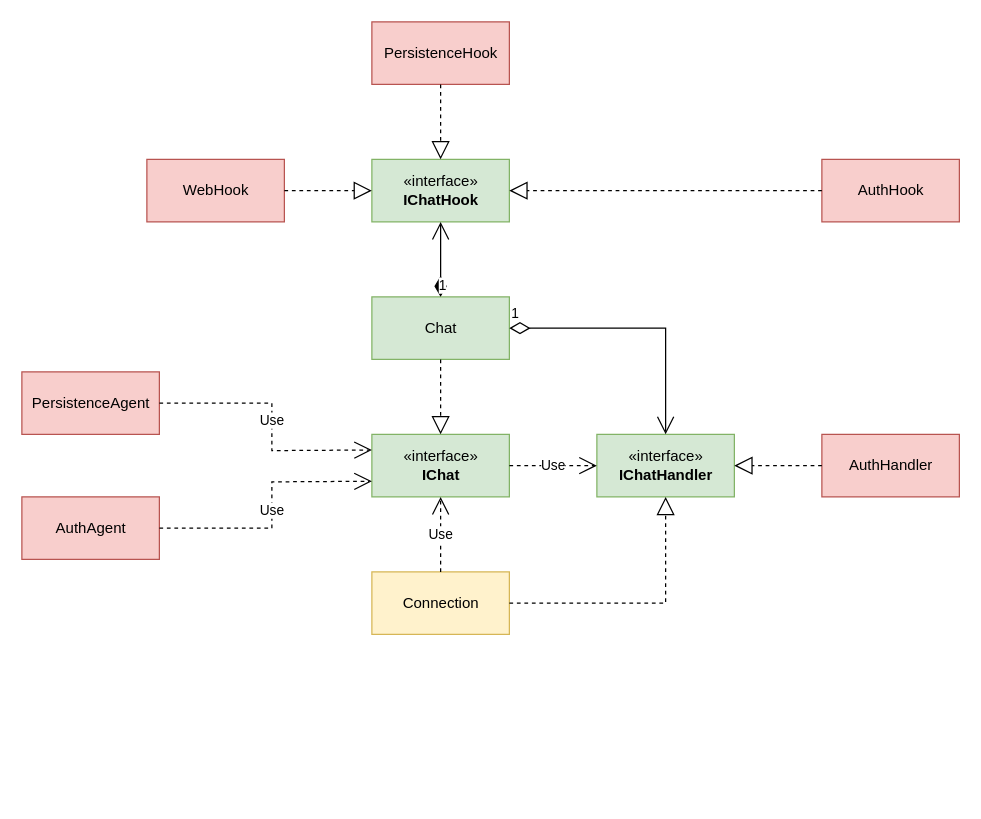
Above: doc/class-diagram.drawio in DvEyZ/lanchat2-server (draw.io), before the change. Source tidied: cells renumbered, new cells numbered last; positions are measured from the earlier drawing's top-left corner, leaving out a move shared by most shapes. Both pictures are drawn from the tidied source at 125%, with x=0, y=0 at pixel (21, 21).
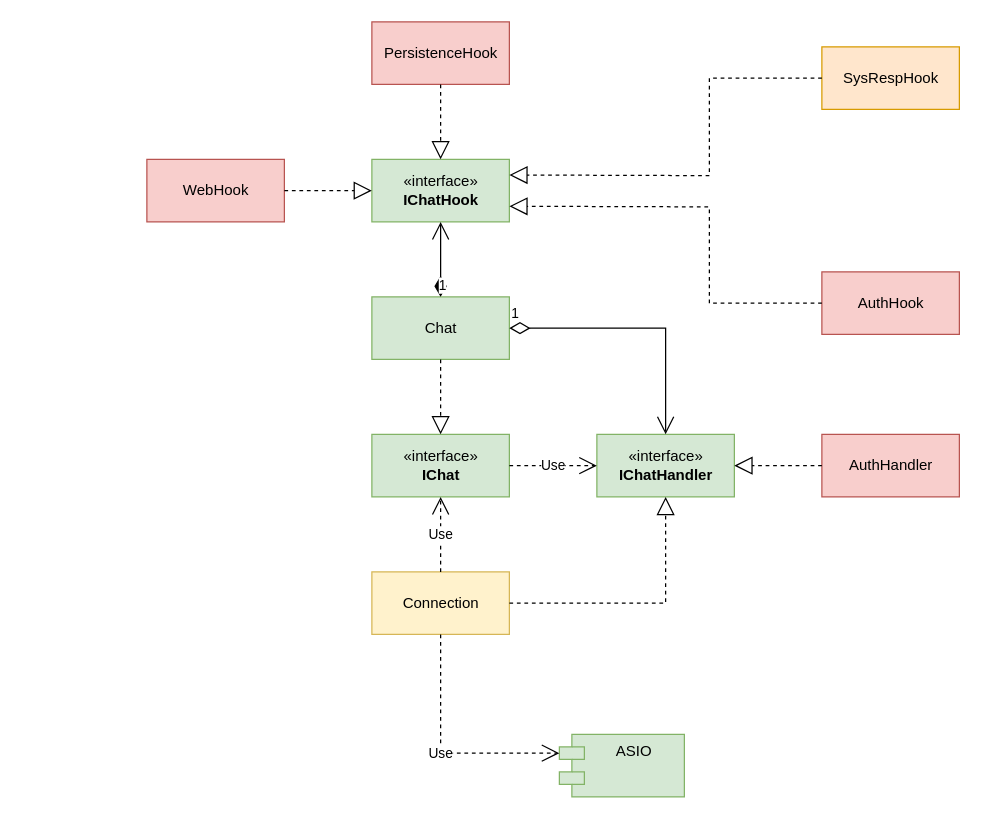
The same page after the edit.

Unchanged cells that the change refers to:
```xml
<mxCell id="2" value="«interface»&lt;br&gt;&lt;b&gt;IChat&lt;/b&gt;" style="html=1;fillColor=#d5e8d4;strokeColor=#82b366;" parent="1" vertex="1">
  <mxGeometry x="280" y="330" width="110" height="50" as="geometry" />
</mxCell>
<mxCell id="3" value="Connection" style="html=1;fillColor=#fff2cc;strokeColor=#d6b656;" parent="1" vertex="1">
  <mxGeometry x="280" y="440" width="110" height="50" as="geometry" />
</mxCell>
<mxCell id="11" value="«interface»&lt;br&gt;&lt;b&gt;IChatHook&lt;/b&gt;" style="html=1;fillColor=#d5e8d4;strokeColor=#82b366;" parent="1" vertex="1">
  <mxGeometry x="280" y="110" width="110" height="50" as="geometry" />
</mxCell>
```

The edit, as a diff of the source:
```diff
@@
     <mxCell id="13" value="AuthHook" style="html=1;fillColor=#f8cecc;strokeColor=#b85450;" parent="1" vertex="1">
-      <mxGeometry x="640" y="110" width="110" height="50" as="geometry" />
+      <mxGeometry x="640" y="200" width="110" height="50" as="geometry" />
     </mxCell>
-    <mxCell id="14" style="endArrow=block;dashed=1;endFill=0;endSize=12;html=1;rounded=0;exitX=0;exitY=0.5;exitDx=0;exitDy=0;entryX=1;entryY=0.5;entryDx=0;entryDy=0;" parent="1" edge="1" source="13" target="11">
-      <mxGeometry relative="1" as="geometry" />
-    </mxCell>
@@
-    <mxCell id="21" value="PersistenceAgent" style="html=1;fillColor=#f8cecc;strokeColor=#b85450;" parent="1" vertex="1">
-      <mxGeometry y="280" width="110" height="50" as="geometry" />
-    </mxCell>
-    <mxCell id="22" value="AuthAgent" style="html=1;fillColor=#f8cecc;strokeColor=#b85450;" parent="1" vertex="1">
-      <mxGeometry y="380" width="110" height="50" as="geometry" />
-    </mxCell>
-    <mxCell id="23" value="Use" style="endArrow=open;endSize=12;dashed=1;html=1;rounded=0;exitX=1;exitY=0.5;exitDx=0;exitDy=0;entryX=0;entryY=0.25;entryDx=0;entryDy=0;" parent="1" edge="1" source="21" target="2">
-      <mxGeometry relative="1" as="geometry">
-        <Array as="points">
-          <mxPoint x="200" y="305" />
-          <mxPoint x="200" y="343" />
-        </Array>
-      </mxGeometry>
-    </mxCell>
-    <mxCell id="24" value="Use" style="endArrow=open;endSize=12;dashed=1;html=1;rounded=0;exitX=1;exitY=0.5;exitDx=0;exitDy=0;entryX=0;entryY=0.75;entryDx=0;entryDy=0;" parent="1" edge="1" source="22" target="2">
-      <mxGeometry relative="1" as="geometry">
-        <Array as="points">
-          <mxPoint x="200" y="405" />
-          <mxPoint x="200" y="368" />
-        </Array>
-      </mxGeometry>
-    </mxCell>
+    <mxCell id="14" style="endArrow=block;dashed=1;endFill=0;endSize=12;html=1;rounded=0;entryX=1;entryY=0.75;entryDx=0;entryDy=0;exitX=0;exitY=0.5;exitDx=0;exitDy=0;" parent="1" edge="1" source="13" target="11">
+      <mxGeometry relative="1" as="geometry">
+        <Array as="points">
+          <mxPoint x="550" y="225" />
+          <mxPoint x="550" y="148" />
+        </Array>
+      </mxGeometry>
+    </mxCell>
+    <mxCell id="25" value="SysRespHook" style="html=1;fillColor=#ffe6cc;strokeColor=#d79b00;" parent="1" vertex="1">
+      <mxGeometry x="640" y="20" width="110" height="50" as="geometry" />
+    </mxCell>
+    <mxCell id="26" style="endArrow=block;dashed=1;endFill=0;endSize=12;html=1;rounded=0;entryX=1;entryY=0.25;entryDx=0;entryDy=0;exitX=0;exitY=0.5;exitDx=0;exitDy=0;" parent="1" edge="1" source="25" target="11">
+      <mxGeometry relative="1" as="geometry">
+        <Array as="points">
+          <mxPoint x="550" y="45" />
+          <mxPoint x="550" y="123" />
+        </Array>
+      </mxGeometry>
+    </mxCell>
+    <mxCell id="27" value="ASIO" style="shape=module;align=left;spacingLeft=20;align=center;verticalAlign=top;fillColor=#d5e8d4;strokeColor=#82b366;" parent="1" vertex="1">
+      <mxGeometry x="430" y="570" width="100" height="50" as="geometry" />
+    </mxCell>
+    <mxCell id="28" value="Use" style="endArrow=open;endSize=12;dashed=1;html=1;rounded=0;exitX=0.5;exitY=1;exitDx=0;exitDy=0;entryX=0;entryY=0;entryDx=0;entryDy=15;entryPerimeter=0;" parent="1" edge="1" source="3" target="27">
+      <mxGeometry relative="1" as="geometry">
+        <Array as="points">
+          <mxPoint x="335" y="585" />
+        </Array>
+      </mxGeometry>
+    </mxCell>
```
